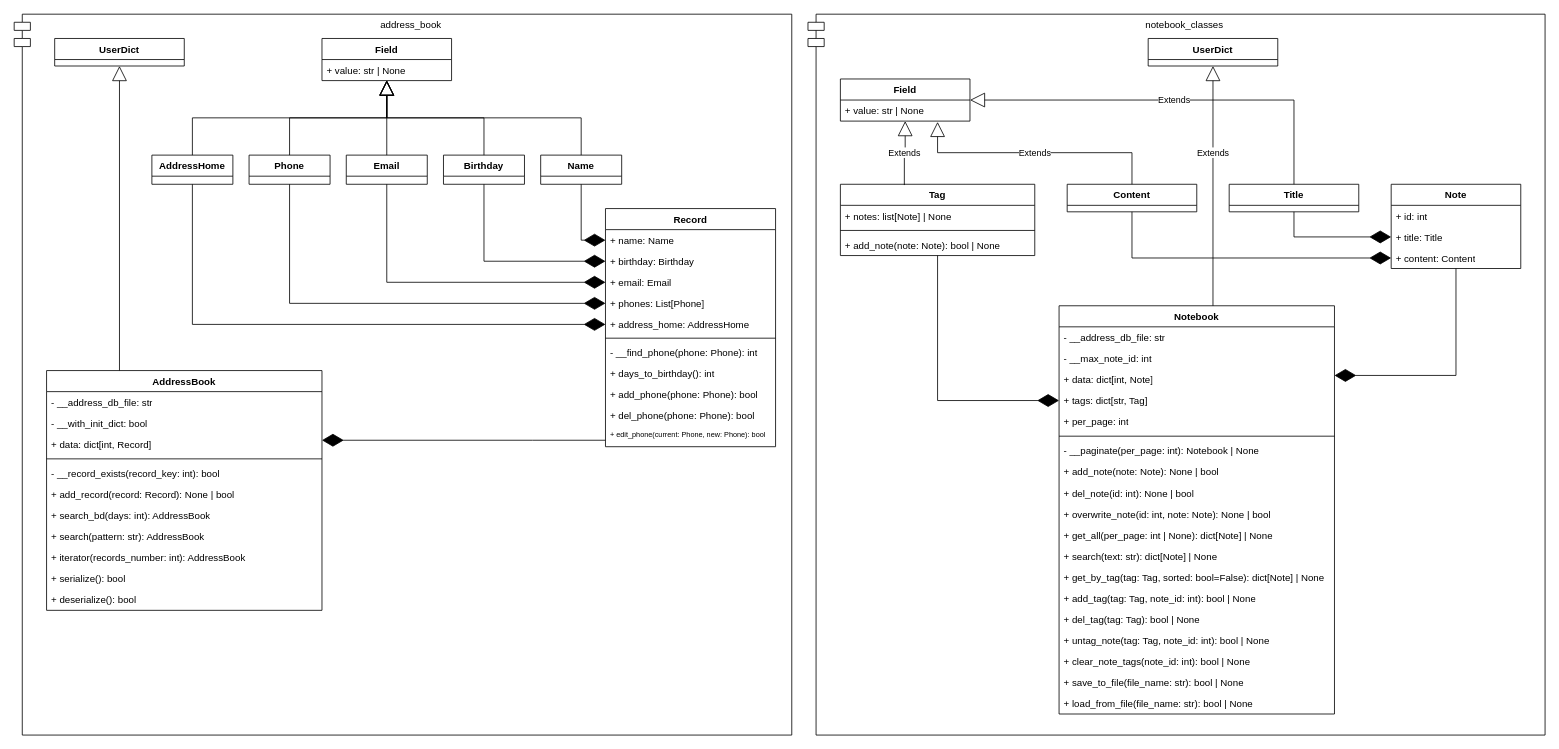
Before: The S.O.F.T.drawio in oleverse/uml, a draw.io diagram. Source tidied: cells renumbered, new cells numbered last; positions are measured from the earlier drawing's top-left corner, leaving out a move shared by most shapes. Both pictures are drawn from the tidied source at 81%, with x=0, y=0 at pixel (14, 14).
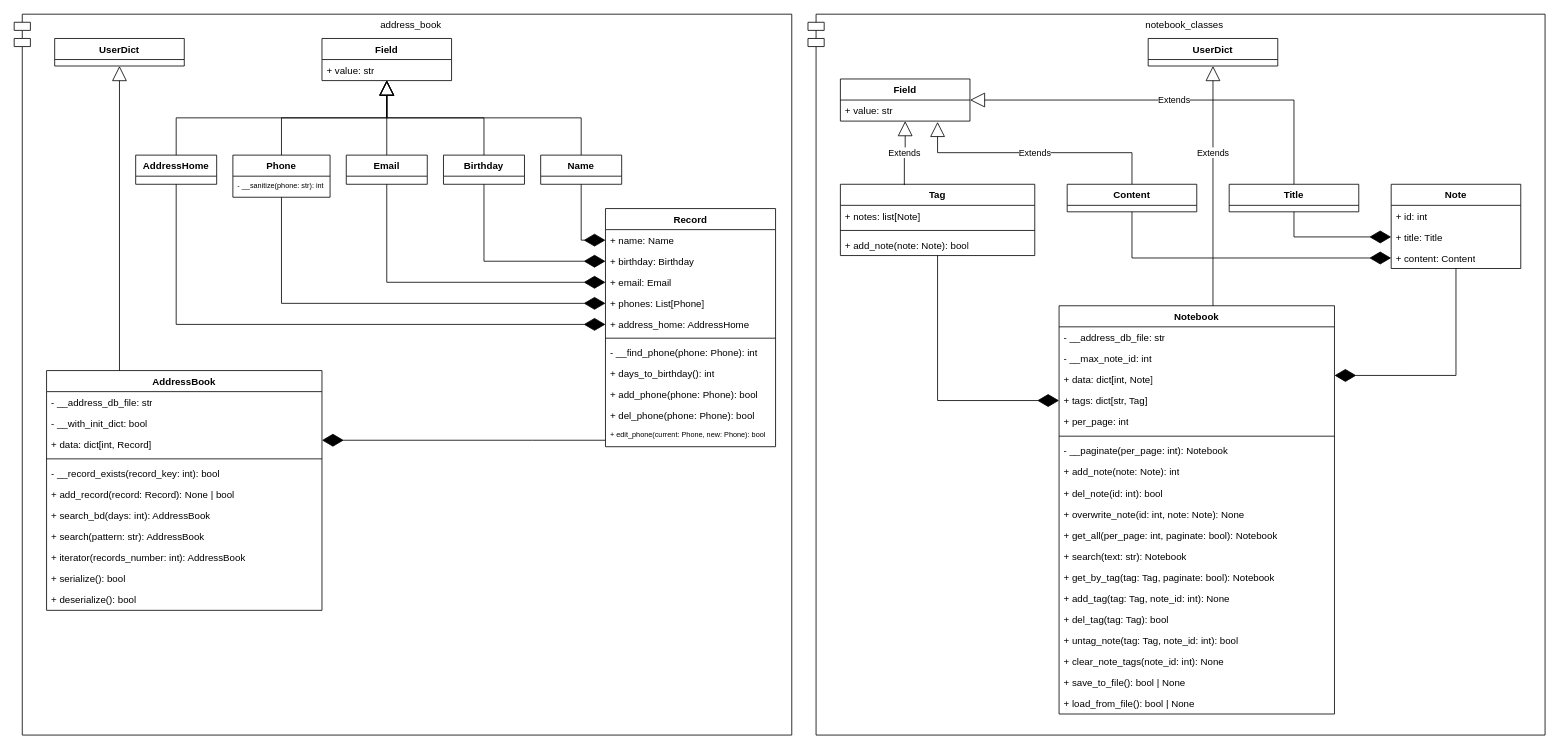
After the change.

The change refers to these unchanged cells:
```xml
<mxCell id="8" value="&lt;div&gt;Notebook&lt;/div&gt;" style="swimlane;fontStyle=1;align=center;verticalAlign=top;horizontal=1;startSize=26;whiteSpace=wrap;html=1;" parent="2" vertex="1">
  <mxGeometry x="310" y="360" width="340" height="504" as="geometry" />
</mxCell>
<mxCell id="28" value="Tag" style="swimlane;fontStyle=1;align=center;verticalAlign=top;horizontal=1;startSize=26;whiteSpace=wrap;html=1;" parent="2" vertex="1">
  <mxGeometry x="40" y="210" width="240" height="88" as="geometry" />
</mxCell>
<mxCell id="32" value="Field" style="swimlane;fontStyle=1;align=center;verticalAlign=top;horizontal=1;startSize=26;whiteSpace=wrap;html=1;" parent="2" vertex="1">
  <mxGeometry x="40" y="80" width="160" height="52" as="geometry" />
</mxCell>
<mxCell id="71" value="Field" style="swimlane;fontStyle=1;align=center;verticalAlign=top;horizontal=1;startSize=26;whiteSpace=wrap;html=1;" parent="1" vertex="1">
  <mxGeometry x="380" y="30" width="160" height="52" as="geometry" />
</mxCell>
```

Diff of the diagram source:
```diff
@@
-    <mxCell id="15" value="- __paginate(per_page: int):  Notebook | None" style="text;strokeColor=none;fillColor=none;align=left;verticalAlign=top;spacingLeft=4;spacingRight=4;overflow=hidden;whiteSpace=wrap;html=1;" parent="8" vertex="1">
+    <mxCell id="15" value="- __paginate(per_page: int):  Notebook" style="text;strokeColor=none;fillColor=none;align=left;verticalAlign=top;spacingLeft=4;spacingRight=4;overflow=hidden;whiteSpace=wrap;html=1;" parent="8" vertex="1">
       <mxGeometry y="166" width="340" height="26" as="geometry" />
     </mxCell>
-    <mxCell id="16" value="+ add_note(note: Note): None | bool" style="text;strokeColor=none;fillColor=none;align=left;verticalAlign=top;spacingLeft=4;spacingRight=4;overflow=hidden;whiteSpace=wrap;html=1;" parent="8" vertex="1">
+    <mxCell id="16" value="+ add_note(note: Note): int" style="text;strokeColor=none;fillColor=none;align=left;verticalAlign=top;spacingLeft=4;spacingRight=4;overflow=hidden;whiteSpace=wrap;html=1;" parent="8" vertex="1">
       <mxGeometry y="192" width="340" height="26" as="geometry" />
     </mxCell>
-    <mxCell id="17" value="+ del_note(id: int): None | bool" style="text;strokeColor=none;fillColor=none;align=left;verticalAlign=top;spacingLeft=4;spacingRight=4;overflow=hidden;whiteSpace=wrap;html=1;" parent="8" vertex="1">
+    <mxCell id="17" value="+ del_note(id: int): bool" style="text;strokeColor=none;fillColor=none;align=left;verticalAlign=top;spacingLeft=4;spacingRight=4;overflow=hidden;whiteSpace=wrap;html=1;" parent="8" vertex="1">
       <mxGeometry y="218" width="340" height="26" as="geometry" />
     </mxCell>
-    <mxCell id="18" value="+ overwrite_note(id: int, note: Note): None | bool" style="text;strokeColor=none;fillColor=none;align=left;verticalAlign=top;spacingLeft=4;spacingRight=4;overflow=hidden;whiteSpace=wrap;html=1;" parent="8" vertex="1">
+    <mxCell id="18" value="+ overwrite_note(id: int, note: Note): None" style="text;strokeColor=none;fillColor=none;align=left;verticalAlign=top;spacingLeft=4;spacingRight=4;overflow=hidden;whiteSpace=wrap;html=1;" parent="8" vertex="1">
       <mxGeometry y="244" width="340" height="26" as="geometry" />
     </mxCell>
-    <mxCell id="19" value="+ get_all(per_page: int | None): dict[Note] | None" style="text;strokeColor=none;fillColor=none;align=left;verticalAlign=top;spacingLeft=4;spacingRight=4;overflow=hidden;whiteSpace=wrap;html=1;" parent="8" vertex="1">
+    <mxCell id="19" value="+ get_all(per_page: int, paginate: bool): Notebook" style="text;strokeColor=none;fillColor=none;align=left;verticalAlign=top;spacingLeft=4;spacingRight=4;overflow=hidden;whiteSpace=wrap;html=1;" parent="8" vertex="1">
       <mxGeometry y="270" width="340" height="26" as="geometry" />
     </mxCell>
-    <mxCell id="20" value="+ search(text: str): dict[Note] | None" style="text;strokeColor=none;fillColor=none;align=left;verticalAlign=top;spacingLeft=4;spacingRight=4;overflow=hidden;whiteSpace=wrap;html=1;" parent="8" vertex="1">
+    <mxCell id="20" value="+ search(text: str): Notebook" style="text;strokeColor=none;fillColor=none;align=left;verticalAlign=top;spacingLeft=4;spacingRight=4;overflow=hidden;whiteSpace=wrap;html=1;" parent="8" vertex="1">
       <mxGeometry y="296" width="340" height="26" as="geometry" />
     </mxCell>
-    <mxCell id="21" value="+ get_by_tag(tag: Tag, sorted: bool=False): dict[Note] | None" style="text;strokeColor=none;fillColor=none;align=left;verticalAlign=top;spacingLeft=4;spacingRight=4;overflow=hidden;whiteSpace=wrap;html=1;" parent="8" vertex="1">
+    <mxCell id="21" value="+ get_by_tag(tag: Tag, paginate: bool): Notebook" style="text;strokeColor=none;fillColor=none;align=left;verticalAlign=top;spacingLeft=4;spacingRight=4;overflow=hidden;whiteSpace=wrap;html=1;" parent="8" vertex="1">
       <mxGeometry y="322" width="340" height="26" as="geometry" />
     </mxCell>
-    <mxCell id="22" value="+ add_tag(tag: Tag, note_id: int): bool | None" style="text;strokeColor=none;fillColor=none;align=left;verticalAlign=top;spacingLeft=4;spacingRight=4;overflow=hidden;whiteSpace=wrap;html=1;" parent="8" vertex="1">
+    <mxCell id="22" value="+ add_tag(tag: Tag, note_id: int): None" style="text;strokeColor=none;fillColor=none;align=left;verticalAlign=top;spacingLeft=4;spacingRight=4;overflow=hidden;whiteSpace=wrap;html=1;" parent="8" vertex="1">
       <mxGeometry y="348" width="340" height="26" as="geometry" />
     </mxCell>
-    <mxCell id="23" value="+ del_tag(tag: Tag): bool | None" style="text;strokeColor=none;fillColor=none;align=left;verticalAlign=top;spacingLeft=4;spacingRight=4;overflow=hidden;whiteSpace=wrap;html=1;" parent="8" vertex="1">
+    <mxCell id="23" value="+ del_tag(tag: Tag): bool" style="text;strokeColor=none;fillColor=none;align=left;verticalAlign=top;spacingLeft=4;spacingRight=4;overflow=hidden;whiteSpace=wrap;html=1;" parent="8" vertex="1">
       <mxGeometry y="374" width="340" height="26" as="geometry" />
     </mxCell>
-    <mxCell id="24" value="+ untag_note(tag: Tag, note_id: int): bool | None" style="text;strokeColor=none;fillColor=none;align=left;verticalAlign=top;spacingLeft=4;spacingRight=4;overflow=hidden;whiteSpace=wrap;html=1;" parent="8" vertex="1">
+    <mxCell id="24" value="+ untag_note(tag: Tag, note_id: int): bool" style="text;strokeColor=none;fillColor=none;align=left;verticalAlign=top;spacingLeft=4;spacingRight=4;overflow=hidden;whiteSpace=wrap;html=1;" parent="8" vertex="1">
       <mxGeometry y="400" width="340" height="26" as="geometry" />
     </mxCell>
-    <mxCell id="25" value="+ clear_note_tags(note_id: int): bool | None" style="text;strokeColor=none;fillColor=none;align=left;verticalAlign=top;spacingLeft=4;spacingRight=4;overflow=hidden;whiteSpace=wrap;html=1;" parent="8" vertex="1">
+    <mxCell id="25" value="+ clear_note_tags(note_id: int): None" style="text;strokeColor=none;fillColor=none;align=left;verticalAlign=top;spacingLeft=4;spacingRight=4;overflow=hidden;whiteSpace=wrap;html=1;" parent="8" vertex="1">
       <mxGeometry y="426" width="340" height="26" as="geometry" />
     </mxCell>
-    <mxCell id="26" value="+ save_to_file(file_name: str): bool | None" style="text;strokeColor=none;fillColor=none;align=left;verticalAlign=top;spacingLeft=4;spacingRight=4;overflow=hidden;whiteSpace=wrap;html=1;" parent="8" vertex="1">
+    <mxCell id="26" value="+ save_to_file(): bool | None" style="text;strokeColor=none;fillColor=none;align=left;verticalAlign=top;spacingLeft=4;spacingRight=4;overflow=hidden;whiteSpace=wrap;html=1;" parent="8" vertex="1">
       <mxGeometry y="452" width="340" height="26" as="geometry" />
     </mxCell>
-    <mxCell id="27" value="+ load_from_file(file_name: str): bool | None" style="text;strokeColor=none;fillColor=none;align=left;verticalAlign=top;spacingLeft=4;spacingRight=4;overflow=hidden;whiteSpace=wrap;html=1;" parent="8" vertex="1">
+    <mxCell id="27" value="+ load_from_file(): bool | None" style="text;strokeColor=none;fillColor=none;align=left;verticalAlign=top;spacingLeft=4;spacingRight=4;overflow=hidden;whiteSpace=wrap;html=1;" parent="8" vertex="1">
       <mxGeometry y="478" width="340" height="26" as="geometry" />
     </mxCell>
@@
-    <mxCell id="29" value="&lt;div&gt;+ notes: list[Note] | None&lt;br&gt;&lt;/div&gt;" style="text;strokeColor=none;fillColor=none;align=left;verticalAlign=top;spacingLeft=4;spacingRight=4;overflow=hidden;whiteSpace=wrap;html=1;" parent="28" vertex="1">
+    <mxCell id="29" value="&lt;div&gt;+ notes: list[Note]&lt;br&gt;&lt;/div&gt;" style="text;strokeColor=none;fillColor=none;align=left;verticalAlign=top;spacingLeft=4;spacingRight=4;overflow=hidden;whiteSpace=wrap;html=1;" parent="28" vertex="1">
       <mxGeometry y="26" width="240" height="26" as="geometry" />
     </mxCell>
@@
-    <mxCell id="31" value="+ add_note(note: Note): bool | None" style="text;strokeColor=none;fillColor=none;align=left;verticalAlign=top;spacingLeft=4;spacingRight=4;overflow=hidden;whiteSpace=wrap;html=1;" parent="28" vertex="1">
+    <mxCell id="31" value="+ add_note(note: Note): bool" style="text;strokeColor=none;fillColor=none;align=left;verticalAlign=top;spacingLeft=4;spacingRight=4;overflow=hidden;whiteSpace=wrap;html=1;" parent="28" vertex="1">
       <mxGeometry y="62" width="240" height="26" as="geometry" />
     </mxCell>
@@
-    <mxCell id="33" value="+ value: str | None" style="text;strokeColor=none;fillColor=none;align=left;verticalAlign=top;spacingLeft=4;spacingRight=4;overflow=hidden;points=[[0,0.5],[1,0.5]];portConstraint=eastwest;whiteSpace=wrap;html=1;" parent="32" vertex="1">
+    <mxCell id="33" value="+ value: str" style="text;strokeColor=none;fillColor=none;align=left;verticalAlign=top;spacingLeft=4;spacingRight=4;overflow=hidden;points=[[0,0.5],[1,0.5]];portConstraint=eastwest;whiteSpace=wrap;html=1;" parent="32" vertex="1">
       <mxGeometry y="26" width="160" height="26" as="geometry" />
     </mxCell>
@@
     <mxCell id="70" value="AddressHome" style="swimlane;fontStyle=1;align=center;verticalAlign=top;horizontal=1;startSize=26;whiteSpace=wrap;html=1;" parent="1" vertex="1">
-      <mxGeometry x="170" y="174" width="100" height="36" as="geometry" />
+      <mxGeometry x="150" y="174" width="100" height="36" as="geometry" />
     </mxCell>
@@
-    <mxCell id="72" value="+ value: str | None" style="text;strokeColor=none;fillColor=none;align=left;verticalAlign=top;spacingLeft=4;spacingRight=4;overflow=hidden;whiteSpace=wrap;html=1;" parent="71" vertex="1">
+    <mxCell id="72" value="+ value: str " style="text;strokeColor=none;fillColor=none;align=left;verticalAlign=top;spacingLeft=4;spacingRight=4;overflow=hidden;whiteSpace=wrap;html=1;" parent="71" vertex="1">
       <mxGeometry y="26" width="160" height="26" as="geometry" />
     </mxCell>
@@
     <mxCell id="76" value="Phone" style="swimlane;fontStyle=1;align=center;verticalAlign=top;horizontal=1;startSize=26;whiteSpace=wrap;html=1;" parent="1" vertex="1">
-      <mxGeometry x="290" y="174" width="100" height="36" as="geometry" />
+      <mxGeometry x="270" y="174" width="120" height="52" as="geometry" />
     </mxCell>
+    <mxCell id="90" value="- __sanitize(phone: str): int" style="text;strokeColor=none;fillColor=none;align=left;verticalAlign=top;spacingLeft=4;spacingRight=4;overflow=hidden;whiteSpace=wrap;html=1;fontSize=9;" parent="76" vertex="1">
+      <mxGeometry y="26" width="120" height="26" as="geometry" />
+    </mxCell>
```
